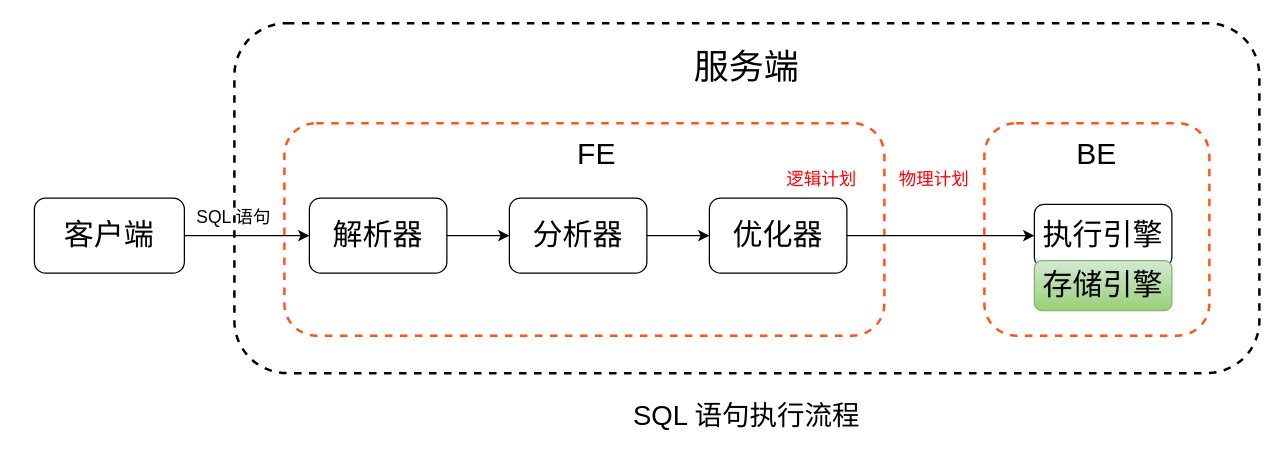
Above: page "base" (1 of 2) of db/doris/sql-process.drawio in zhangm365/draw_pics (draw.io), before the change. Source tidied: cells renumbered, new cells numbered last; positions are measured from the earlier drawing's top-left corner, leaving out a move shared by most shapes. Both pictures are drawn from the tidied source at 125%, with x=0, y=0 at pixel (34, 22).
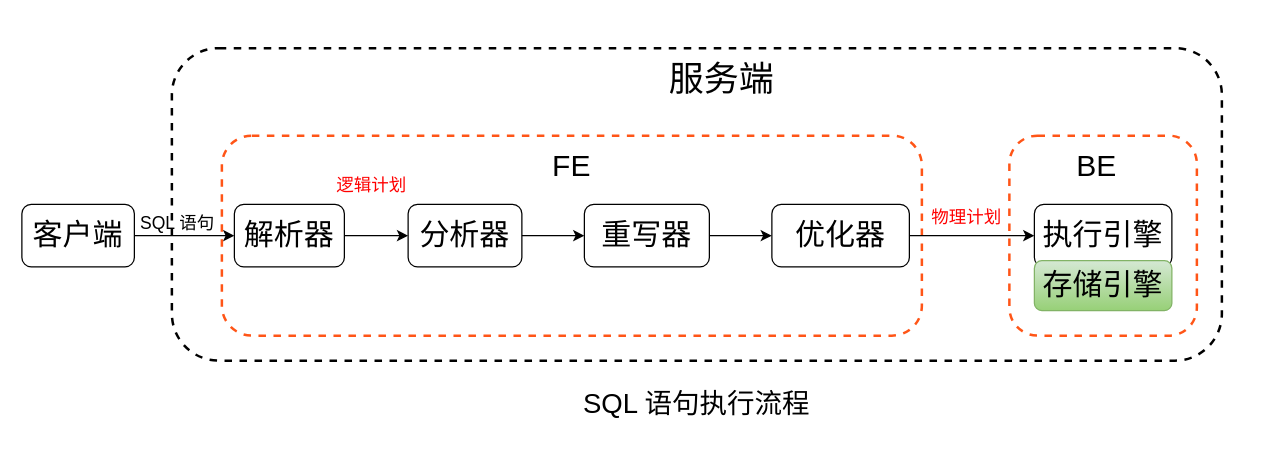
Above is the later version.

Diff of the diagram source:
```diff
@@
     <mxCell id="2" style="rounded=1;whiteSpace=wrap;html=1;fillColor=none;dashed=1;strokeWidth=2;" parent="1" vertex="1">
-      <mxGeometry x="160" width="820" height="280" as="geometry" />
+      <mxGeometry x="110" y="20" width="840" height="250" as="geometry" />
     </mxCell>
     <mxCell id="3" style="rounded=1;whiteSpace=wrap;html=1;fillColor=none;dashed=1;strokeWidth=2;strokeColor=#FF5517;" parent="1" vertex="1">
-      <mxGeometry x="760" y="80" width="180" height="170" as="geometry" />
+      <mxGeometry x="780" y="90" width="150" height="160" as="geometry" />
     </mxCell>
@@
     <mxCell id="5" value="&lt;font style=&quot;font-size: 24px;&quot;&gt;客户端&lt;/font&gt;" style="rounded=1;whiteSpace=wrap;html=1;fillColor=none;fontFamily=阿里巴巴普惠体;" parent="1" vertex="1">
-      <mxGeometry y="140" width="120" height="60" as="geometry" />
+      <mxGeometry x="-10" y="145" width="90" height="50" as="geometry" />
     </mxCell>
     <mxCell id="6" style="rounded=1;whiteSpace=wrap;html=1;fillColor=none;dashed=1;strokeWidth=2;strokeColor=#FF5517;" parent="1" vertex="1">
-      <mxGeometry x="200" y="80" width="480" height="170" as="geometry" />
+      <mxGeometry x="150" y="90" width="560" height="160" as="geometry" />
     </mxCell>
@@
-    <mxCell id="8" value="&lt;font style=&quot;font-size: 24px;&quot; face=&quot;阿里巴巴普惠体&quot;&gt;解析器&lt;/font&gt;" style="rounded=1;whiteSpace=wrap;html=1;fontColor=default;fillColor=none;" parent="1" vertex="1">
-      <mxGeometry x="220" y="140" width="110" height="60" as="geometry" />
+    <mxCell id="8" value="&lt;font style=&quot;font-size: 24px;&quot; face=&quot;阿里巴巴普惠体&quot;&gt;解析器&lt;/font&gt;" style="rounded=1;whiteSpace=wrap;html=1;fillColor=none;" parent="1" vertex="1">
+      <mxGeometry x="160" y="145" width="88" height="50" as="geometry" />
     </mxCell>
-    <mxCell id="9" style="edgeStyle=orthogonalEdgeStyle;rounded=0;jettySize=auto;html=1;" parent="1" edge="1" source="10" target="12">
-      <mxGeometry relative="1" as="geometry" />
-    </mxCell>
+    <mxCell id="22" style="edgeStyle=orthogonalEdgeStyle;rounded=0;jettySize=auto;html=1;entryX=0;entryY=0.5;entryDx=0;entryDy=0;" parent="1" edge="1" source="10" target="24">
+      <mxGeometry relative="1" as="geometry" />
+    </mxCell>
     <mxCell id="10" value="&lt;font style=&quot;font-size: 24px;&quot; face=&quot;阿里巴巴普惠体&quot;&gt;分析器&lt;/font&gt;" style="rounded=1;whiteSpace=wrap;html=1;fontColor=default;fillColor=none;" parent="1" vertex="1">
-      <mxGeometry x="380" y="140" width="110" height="60" as="geometry" />
+      <mxGeometry x="299" y="145" width="91" height="50" as="geometry" />
     </mxCell>
@@
     <mxCell id="12" value="&lt;font style=&quot;font-size: 24px;&quot; face=&quot;阿里巴巴普惠体&quot;&gt;优化器&lt;/font&gt;" style="rounded=1;whiteSpace=wrap;html=1;fontColor=default;fillColor=none;strokeColor=default;align=center;verticalAlign=middle;fontFamily=Helvetica;fontSize=12;" parent="1" vertex="1">
-      <mxGeometry x="540" y="140" width="110" height="60" as="geometry" />
+      <mxGeometry x="590" y="145" width="110" height="50" as="geometry" />
     </mxCell>
     <mxCell id="13" value="&lt;span style=&quot;font-size: 22px;&quot;&gt;SQL 语句执行流程&lt;/span&gt;" style="text;html=1;align=center;verticalAlign=middle;whiteSpace=wrap;rounded=0;" parent="1" vertex="1">
-      <mxGeometry x="430" y="300" width="280" height="30" as="geometry" />
+      <mxGeometry x="390" y="290" width="280" height="30" as="geometry" />
     </mxCell>
     <mxCell id="14" value="逻辑计划" style="text;html=1;align=center;verticalAlign=middle;whiteSpace=wrap;rounded=0;fontFamily=阿里巴巴普惠体;fontSize=14;fontColor=#FF0000;" parent="1" vertex="1">
-      <mxGeometry x="590" y="110" width="80" height="30" as="geometry" />
+      <mxGeometry x="230" y="115" width="80" height="30" as="geometry" />
     </mxCell>
     <mxCell id="15" value="SQL 语句" style="text;html=1;align=left;verticalAlign=middle;whiteSpace=wrap;rounded=0;fontFamily=阿里巴巴普惠体;fontSize=14;" parent="1" vertex="1">
-      <mxGeometry x="128" y="140" width="70" height="30" as="geometry" />
+      <mxGeometry x="83" y="145" width="70" height="30" as="geometry" />
     </mxCell>
@@
     <mxCell id="17" value="&lt;font style=&quot;font-size: 28px;&quot; face=&quot;阿里巴巴普惠体&quot;&gt;服务端&lt;/font&gt;" style="text;html=1;align=center;verticalAlign=middle;whiteSpace=wrap;rounded=0;" parent="1" vertex="1">
-      <mxGeometry x="520" y="20" width="100" height="30" as="geometry" />
+      <mxGeometry x="500" y="30" width="100" height="30" as="geometry" />
     </mxCell>
     <mxCell id="18" value="&lt;font style=&quot;font-size: 24px;&quot; face=&quot;阿里巴巴普惠体&quot;&gt;FE&lt;/font&gt;" style="text;html=1;align=center;verticalAlign=middle;whiteSpace=wrap;rounded=0;" parent="1" vertex="1">
-      <mxGeometry x="400" y="90" width="100" height="30" as="geometry" />
+      <mxGeometry x="380" y="100" width="100" height="30" as="geometry" />
     </mxCell>
     <mxCell id="19" value="&lt;font style=&quot;font-size: 24px;&quot; face=&quot;阿里巴巴普惠体&quot;&gt;BE&lt;/font&gt;" style="text;html=1;align=center;verticalAlign=middle;whiteSpace=wrap;rounded=0;" parent="1" vertex="1">
-      <mxGeometry x="800" y="90" width="100" height="30" as="geometry" />
+      <mxGeometry x="800" y="100" width="100" height="30" as="geometry" />
     </mxCell>
@@
     <mxCell id="21" value="物理计划" style="text;html=1;align=left;verticalAlign=middle;whiteSpace=wrap;rounded=0;fontFamily=阿里巴巴普惠体;fontSize=14;fontColor=#FF0000;" parent="1" vertex="1">
-      <mxGeometry x="690" y="110" width="100" height="30" as="geometry" />
+      <mxGeometry x="716" y="140" width="100" height="30" as="geometry" />
     </mxCell>
+    <mxCell id="23" style="edgeStyle=orthogonalEdgeStyle;rounded=0;jettySize=auto;html=1;entryX=0;entryY=0.5;entryDx=0;entryDy=0;" parent="1" edge="1" source="24" target="12">
+      <mxGeometry relative="1" as="geometry" />
+    </mxCell>
+    <mxCell id="24" value="&lt;font style=&quot;font-size: 24px;&quot; face=&quot;阿里巴巴普惠体&quot;&gt;重写器&lt;/font&gt;" style="rounded=1;whiteSpace=wrap;html=1;fontColor=default;fillColor=none;strokeColor=default;align=center;verticalAlign=middle;fontFamily=Helvetica;fontSize=12;" parent="1" vertex="1">
+      <mxGeometry x="440" y="145" width="100" height="50" as="geometry" />
+    </mxCell>
```
